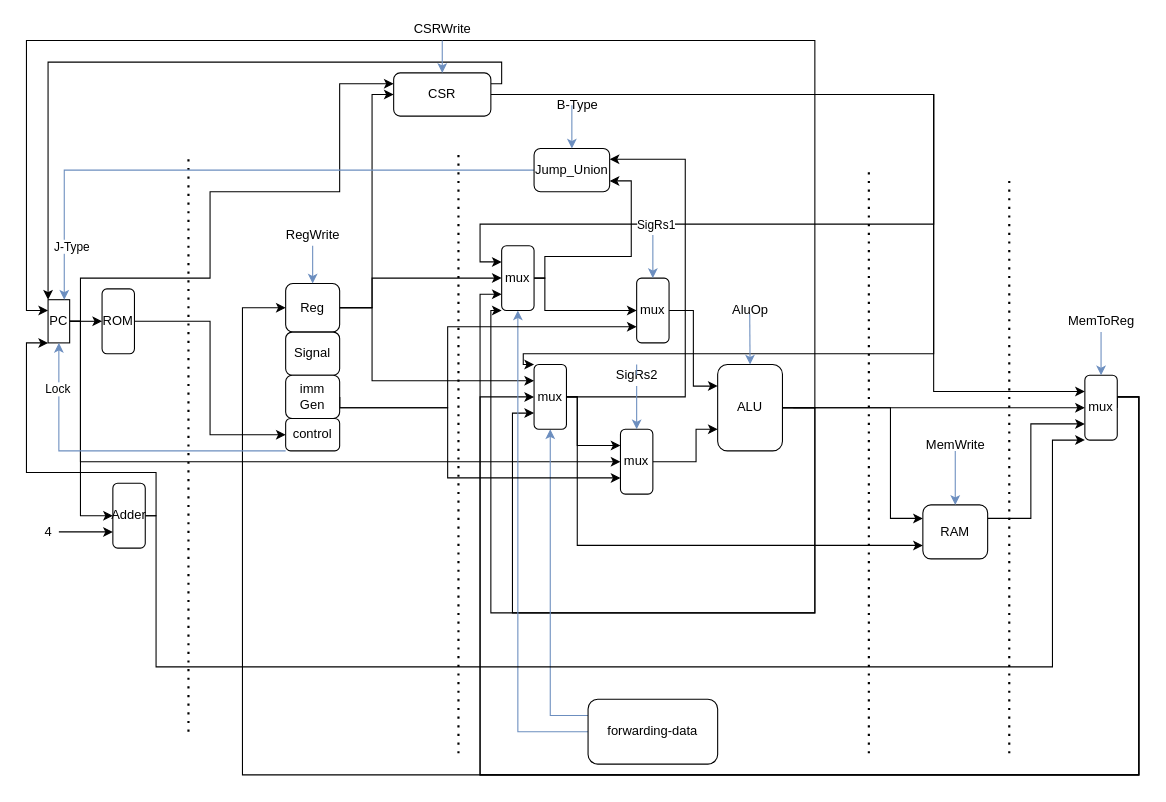
The draw.io diagram Lab7.drawio in Zerokei/CPUGraph, before the edit. Source tidied: cells renumbered, new cells numbered last; positions are measured from the earlier drawing's top-left corner, leaving out a move shared by most shapes. Both pictures are drawn from the tidied source at 108%, with x=0, y=0 at pixel (26, 18).
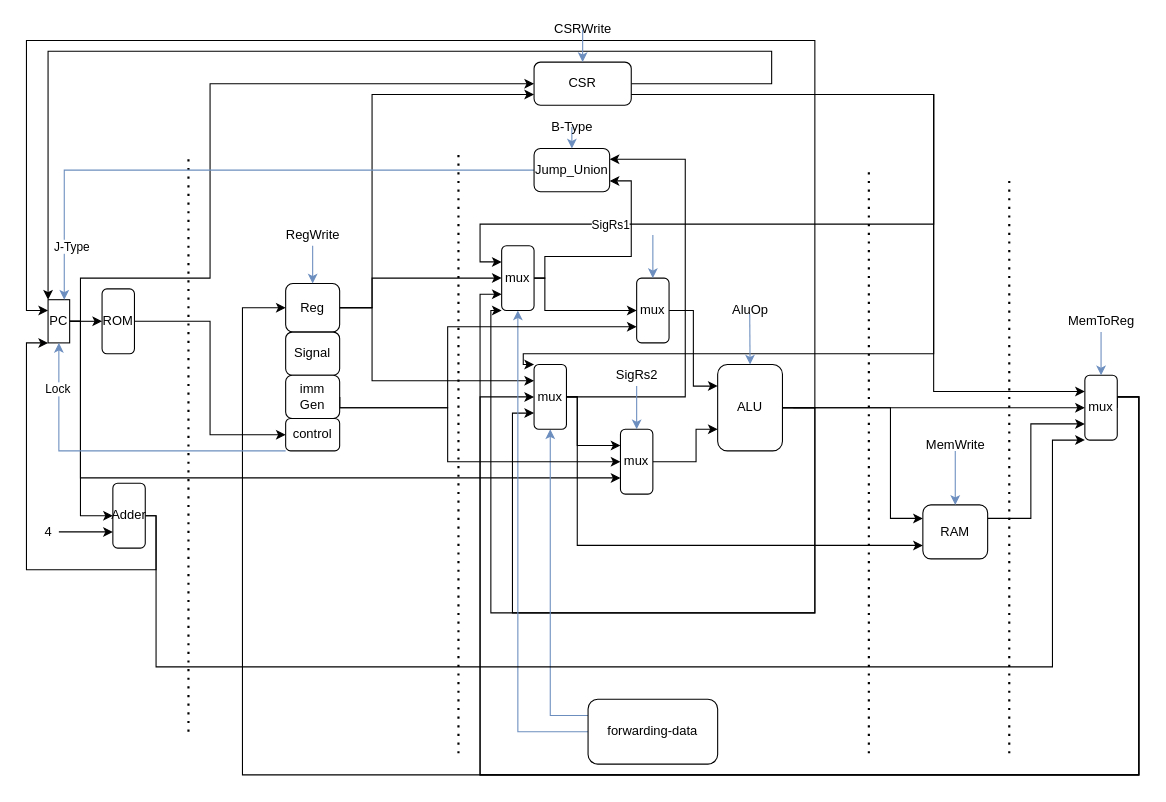
After the change.

Unchanged cells that the change refers to:
```xml
<mxCell id="12" value="PC" style="whiteSpace=wrap;html=1;" parent="1" vertex="1">
  <mxGeometry x="20" y="260" width="20" height="40" as="geometry" />
</mxCell>
<mxCell id="18" value="mux" style="rounded=1;whiteSpace=wrap;html=1;" parent="1" vertex="1">
  <mxGeometry x="980" y="330" width="30" height="60" as="geometry" />
</mxCell>
<mxCell id="24" value="Reg" style="rounded=1;whiteSpace=wrap;html=1;" parent="1" vertex="1">
  <mxGeometry x="240" y="245" width="50" height="45" as="geometry" />
</mxCell>
<mxCell id="41" value="imm&lt;br&gt;Gen" style="rounded=1;whiteSpace=wrap;html=1;" parent="1" vertex="1">
  <mxGeometry x="240" y="330" width="50" height="40" as="geometry" />
</mxCell>
<mxCell id="43" value="mux" style="rounded=1;whiteSpace=wrap;html=1;" parent="1" vertex="1">
  <mxGeometry x="550" y="380" width="30" height="60" as="geometry" />
</mxCell>
<mxCell id="53" value="mux" style="rounded=1;whiteSpace=wrap;html=1;" parent="1" vertex="1">
  <mxGeometry x="470" y="320" width="30" height="60" as="geometry" />
</mxCell>
<mxCell id="58" value="Adder" style="rounded=1;whiteSpace=wrap;html=1;" parent="1" vertex="1">
  <mxGeometry x="80" y="430" width="30" height="60" as="geometry" />
</mxCell>
<mxCell id="64" value="Jump_Union" style="rounded=1;whiteSpace=wrap;html=1;" parent="1" vertex="1">
  <mxGeometry x="470" y="120" width="70" height="40" as="geometry" />
</mxCell>
<mxCell id="68" value="mux" style="rounded=1;whiteSpace=wrap;html=1;" parent="1" vertex="1">
  <mxGeometry x="440" y="210" width="30" height="60" as="geometry" />
</mxCell>
<mxCell id="73" value="SigRs2" style="text;html=1;align=center;verticalAlign=middle;points=[];strokeColor=none;fillColor=none;" parent="1" vertex="1">
  <mxGeometry x="540" y="320" width="50" height="20" as="geometry" />
</mxCell>
```

What changed in the source:
```diff
@@
-    <mxCell id="9" style="edgeStyle=orthogonalEdgeStyle;rounded=0;jettySize=auto;html=1;entryX=0;entryY=0.5;entryDx=0;entryDy=0;startArrow=none;exitX=1;exitY=0.5;exitDx=0;exitDy=0;" parent="1" edge="1" source="12" target="43">
+    <mxCell id="9" style="edgeStyle=orthogonalEdgeStyle;rounded=0;jettySize=auto;html=1;entryX=0;entryY=0.75;entryDx=0;entryDy=0;startArrow=none;exitX=1;exitY=0.5;exitDx=0;exitDy=0;" parent="1" edge="1" source="12" target="43">
       <mxGeometry relative="1" as="geometry">
         <Array as="points">
           <mxPoint x="50" y="280" />
-          <mxPoint x="50" y="410" />
+          <mxPoint x="50" y="425" />
         </Array>
       </mxGeometry>
     </mxCell>
@@
-    <mxCell id="11" style="edgeStyle=orthogonalEdgeStyle;rounded=0;jettySize=auto;html=1;exitX=1;exitY=0.5;exitDx=0;exitDy=0;entryX=0;entryY=0.25;entryDx=0;entryDy=0;" parent="1" edge="1" source="12" target="37">
+    <mxCell id="11" style="edgeStyle=orthogonalEdgeStyle;rounded=0;jettySize=auto;html=1;exitX=1;exitY=0.5;exitDx=0;exitDy=0;entryX=0;entryY=0.5;entryDx=0;entryDy=0;" parent="1" edge="1" source="12" target="37">
       <mxGeometry relative="1" as="geometry">
         <Array as="points">
           <mxPoint x="50" y="280" />
           <mxPoint x="50" y="240" />
           <mxPoint x="170" y="240" />
-          <mxPoint x="170" y="160" />
-          <mxPoint x="290" y="160" />
-          <mxPoint x="290" y="60" />
+          <mxPoint x="170" y="60" />
         </Array>
       </mxGeometry>
     </mxCell>
@@
-    <mxCell id="23" style="edgeStyle=orthogonalEdgeStyle;rounded=0;jettySize=auto;html=1;exitX=1;exitY=0.5;exitDx=0;exitDy=0;entryX=0;entryY=0.5;entryDx=0;entryDy=0;" parent="1" edge="1" source="24" target="37">
+    <mxCell id="23" style="edgeStyle=orthogonalEdgeStyle;rounded=0;jettySize=auto;html=1;exitX=1;exitY=0.5;exitDx=0;exitDy=0;entryX=0;entryY=0.75;entryDx=0;entryDy=0;" parent="1" edge="1" source="24" target="37">
       <mxGeometry relative="1" as="geometry">
         <Array as="points">
           <mxPoint x="320" y="268" />
           <mxPoint x="320" y="70" />
         </Array>
       </mxGeometry>
     </mxCell>
@@
-    <mxCell id="31" style="edgeStyle=orthogonalEdgeStyle;rounded=0;jettySize=auto;html=1;exitX=1;exitY=0.5;exitDx=0;exitDy=0;entryX=0;entryY=0.25;entryDx=0;entryDy=0;" parent="1" edge="1" source="37" target="18">
+    <mxCell id="31" style="edgeStyle=orthogonalEdgeStyle;rounded=0;jettySize=auto;html=1;entryX=0;entryY=0.25;entryDx=0;entryDy=0;exitX=1;exitY=0.75;exitDx=0;exitDy=0;" parent="1" edge="1" source="37" target="18">
       <mxGeometry relative="1" as="geometry">
         <Array as="points">
           <mxPoint x="840" y="70" />
           <mxPoint x="840" y="345" />
         </Array>
       </mxGeometry>
     </mxCell>
-    <mxCell id="32" style="edgeStyle=orthogonalEdgeStyle;rounded=0;jettySize=auto;html=1;exitX=1;exitY=0.25;exitDx=0;exitDy=0;entryX=0;entryY=0;entryDx=0;entryDy=0;" parent="1" edge="1" source="37" target="12">
+    <mxCell id="32" style="edgeStyle=orthogonalEdgeStyle;rounded=0;jettySize=auto;html=1;entryX=0;entryY=0;entryDx=0;entryDy=0;exitX=1;exitY=0.5;exitDx=0;exitDy=0;" parent="1" edge="1" source="37" target="12">
       <mxGeometry relative="1" as="geometry">
         <Array as="points">
-          <mxPoint x="440" y="60" />
-          <mxPoint x="440" y="40" />
-          <mxPoint x="20" y="40" />
+          <mxPoint x="690" y="60" />
+          <mxPoint x="690" y="30" />
+          <mxPoint x="20" y="30" />
         </Array>
       </mxGeometry>
     </mxCell>
-    <mxCell id="33" style="edgeStyle=orthogonalEdgeStyle;rounded=0;jettySize=auto;html=1;exitX=1;exitY=0.25;exitDx=0;exitDy=0;" parent="1" edge="1" source="37">
-      <mxGeometry relative="1" as="geometry">
-        <mxPoint x="430" y="60.2" as="targetPoint" />
-      </mxGeometry>
-    </mxCell>
-    <mxCell id="34" style="edgeStyle=orthogonalEdgeStyle;rounded=0;jettySize=auto;html=1;exitX=1;exitY=0.5;exitDx=0;exitDy=0;entryX=0;entryY=0.25;entryDx=0;entryDy=0;" parent="1" edge="1" source="37" target="68">
+    <mxCell id="34" style="edgeStyle=orthogonalEdgeStyle;rounded=0;jettySize=auto;html=1;entryX=0;entryY=0.25;entryDx=0;entryDy=0;exitX=1;exitY=0.75;exitDx=0;exitDy=0;" parent="1" edge="1" source="37" target="68">
       <mxGeometry relative="1" as="geometry">
         <Array as="points">
           <mxPoint x="840" y="70" />
           <mxPoint x="840" y="190" />
           <mxPoint x="420" y="190" />
           <mxPoint x="420" y="225" />
         </Array>
       </mxGeometry>
     </mxCell>
     <mxCell id="35" value="SigRs1" style="edgeLabel;html=1;align=center;verticalAlign=middle;" parent="34" vertex="1">
       <mxGeometry x="0.58" y="7" relative="1" as="geometry">
-        <mxPoint x="6" y="-7" as="offset" />
+        <mxPoint x="-9" y="-7" as="offset" />
       </mxGeometry>
     </mxCell>
-    <mxCell id="36" style="edgeStyle=orthogonalEdgeStyle;rounded=0;jettySize=auto;html=1;exitX=1;exitY=0.5;exitDx=0;exitDy=0;entryX=0;entryY=0;entryDx=0;entryDy=0;" parent="1" edge="1" source="37" target="53">
+    <mxCell id="36" style="edgeStyle=orthogonalEdgeStyle;rounded=0;jettySize=auto;html=1;entryX=0;entryY=0;entryDx=0;entryDy=0;exitX=1;exitY=0.75;exitDx=0;exitDy=0;" parent="1" edge="1" source="37" target="53">
       <mxGeometry relative="1" as="geometry">
         <Array as="points">
           <mxPoint x="840" y="70" />
           <mxPoint x="840" y="310" />
           <mxPoint x="460" y="310" />
           <mxPoint x="460" y="320" />
         </Array>
       </mxGeometry>
     </mxCell>
     <mxCell id="37" value="CSR" style="rounded=1;whiteSpace=wrap;html=1;" parent="1" vertex="1">
-      <mxGeometry x="340" y="50" width="90" height="40" as="geometry" />
+      <mxGeometry x="470" y="40" width="90" height="40" as="geometry" />
     </mxCell>
@@
-    <mxCell id="39" style="edgeStyle=orthogonalEdgeStyle;rounded=0;jettySize=auto;html=1;exitX=1;exitY=0.5;exitDx=0;exitDy=0;entryX=0;entryY=0.75;entryDx=0;entryDy=0;" parent="1" edge="1" source="41" target="43">
+    <mxCell id="39" style="edgeStyle=orthogonalEdgeStyle;rounded=0;jettySize=auto;html=1;exitX=1;exitY=0.5;exitDx=0;exitDy=0;entryX=0;entryY=0.5;entryDx=0;entryDy=0;" parent="1" edge="1" source="41" target="43">
       <mxGeometry relative="1" as="geometry">
         <Array as="points">
+          <mxPoint x="290" y="360" />
           <mxPoint x="390" y="360" />
-          <mxPoint x="390" y="425" />
+          <mxPoint x="390" y="410" />
         </Array>
       </mxGeometry>
     </mxCell>
@@
     <mxCell id="57" style="edgeStyle=orthogonalEdgeStyle;rounded=0;jettySize=auto;html=1;exitX=1;exitY=0.5;exitDx=0;exitDy=0;entryX=0;entryY=1;entryDx=0;entryDy=0;" parent="1" edge="1" source="58" target="12">
       <mxGeometry relative="1" as="geometry">
         <Array as="points">
           <mxPoint x="120" y="460" />
-          <mxPoint x="120" y="420" />
-          <mxPoint y="420" />
+          <mxPoint x="120" y="510" />
+          <mxPoint y="510" />
           <mxPoint y="300" />
         </Array>
       </mxGeometry>
     </mxCell>
@@
     <mxCell id="65" style="endArrow=classic;html=1;rounded=0;entryX=0.5;entryY=0;entryDx=0;entryDy=0;fillColor=#dae8fc;strokeColor=#6c8ebf;" parent="1" edge="1" target="64">
       <mxGeometry relative="1" as="geometry">
-        <mxPoint x="505" y="80" as="sourcePoint" />
+        <mxPoint x="505" y="100" as="sourcePoint" />
       </mxGeometry>
     </mxCell>
@@
     <mxCell id="71" value="B-Type" style="text;html=1;align=center;verticalAlign=middle;strokeColor=none;fillColor=none;" parent="1" vertex="1">
-      <mxGeometry x="485" y="70" width="50" height="20" as="geometry" />
+      <mxGeometry x="480" y="90" width="50" height="20" as="geometry" />
     </mxCell>
@@
-    <mxCell id="74" style="endArrow=none;html=1;rounded=0;entryX=0.5;entryY=0;entryDx=0;entryDy=0;fillColor=#dae8fc;strokeColor=#6c8ebf;" parent="1" edge="1" target="73">
-      <mxGeometry relative="1" as="geometry">
-        <mxPoint x="565" y="330" as="sourcePoint" />
-      </mxGeometry>
-    </mxCell>
@@
     <mxCell id="76" value="CSRWrite" style="text;html=1;align=center;verticalAlign=middle;strokeColor=none;fillColor=none;" parent="1" vertex="1">
-      <mxGeometry x="350" width="70" height="20" as="geometry" />
+      <mxGeometry x="480" width="70" height="20" as="geometry" />
     </mxCell>
-    <mxCell id="77" style="endArrow=classic;html=1;rounded=0;entryX=0.5;entryY=0;entryDx=0;entryDy=0;fillColor=#dae8fc;strokeColor=#6c8ebf;" parent="1" edge="1" target="37">
+    <mxCell id="77" style="endArrow=classic;html=1;rounded=0;fillColor=#dae8fc;strokeColor=#6c8ebf;entryX=0.5;entryY=0;entryDx=0;entryDy=0;" parent="1" edge="1" target="37">
       <mxGeometry relative="1" as="geometry">
-        <mxPoint x="385" y="20" as="sourcePoint" />
+        <mxPoint x="515" y="10" as="sourcePoint" />
       </mxGeometry>
     </mxCell>
```
